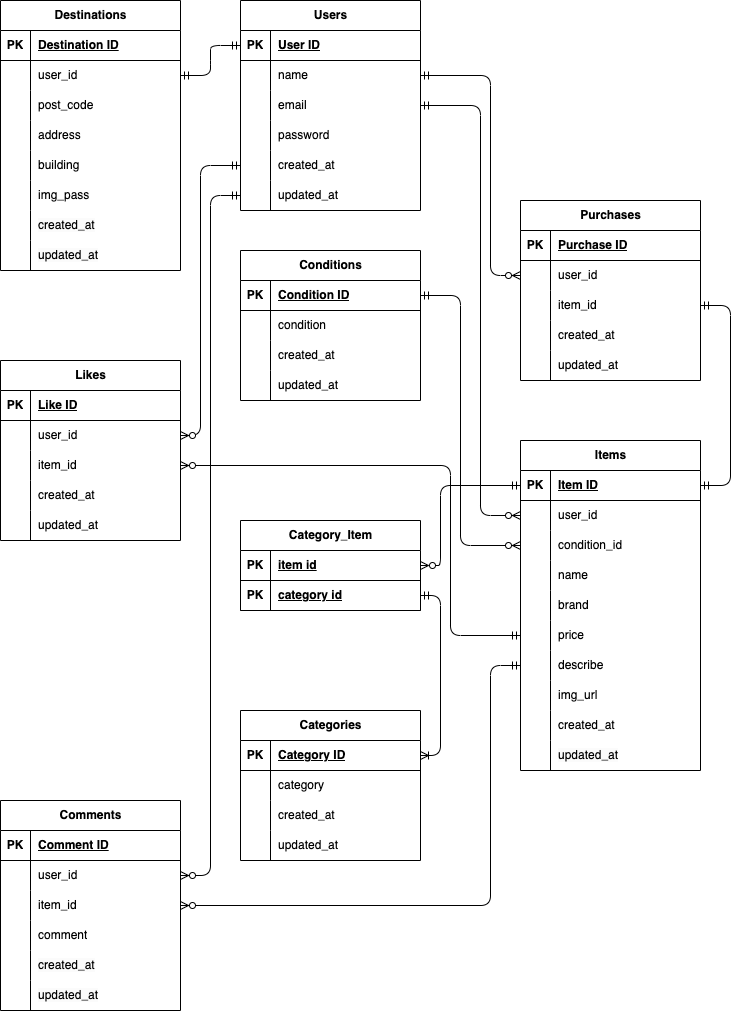
Earlier version of the draw.io export src/EntityRelationshipDiagram.drawio.png (StrawberryFairyPrincess/flea-market_mock). Source tidied: cells renumbered, new cells last; positions are measured from the earlier drawing's top-left corner, leaving out a move shared by most shapes.
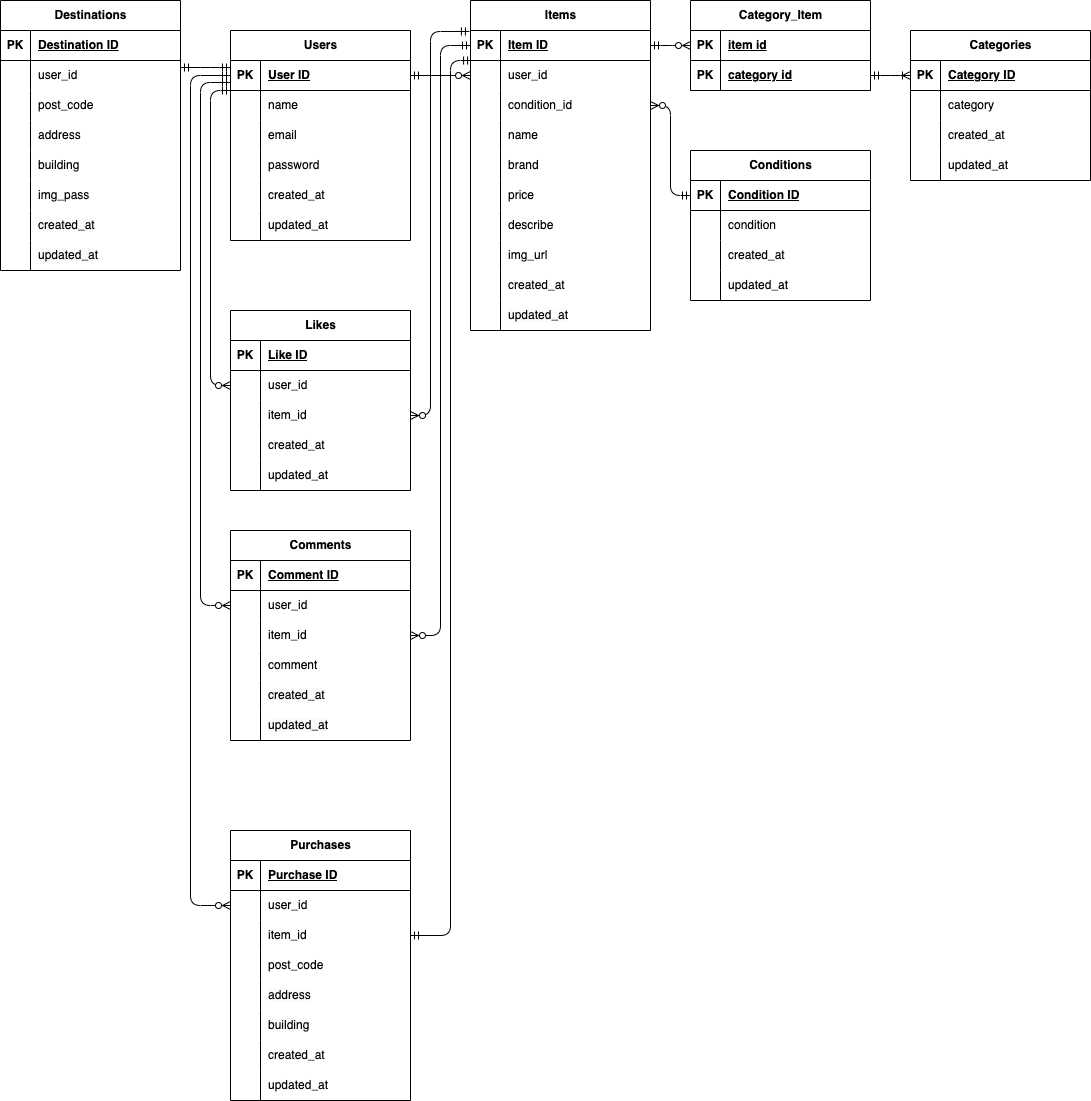
After the change.

What changed in the source:
```diff
@@ -3,7 +3,7 @@
     <mxCell id="0" />
     <mxCell id="1" parent="0" />
     <mxCell id="2" value="Items" style="shape=table;startSize=30;rowLines=0;fontStyle=1;align=center;html=1;" parent="1" vertex="1">
-      <mxGeometry x="520" y="440" width="180" height="330" as="geometry" />
+      <mxGeometry x="440" y="-30" width="180" height="330" as="geometry" />
     </mxCell>
     <mxCell id="3" style="shape=tableRow;horizontal=0;startSize=0;swimlaneHead=0;swimlaneBody=0;fillColor=none;points=[[0,0.5],[1,0.5]];portConstraint=eastwest;top=0;left=0;right=0;bottom=1;" parent="2" vertex="1">
       <mxGeometry y="30" width="180" height="30" as="geometry" />
@@ -96,7 +96,7 @@
       <mxGeometry x="30" width="150" height="30" as="geometry" />
     </mxCell>
     <mxCell id="33" value="Users" style="shape=table;startSize=30;rowLines=0;fontStyle=1;align=center;html=1;" parent="1" vertex="1">
-      <mxGeometry x="240" width="180" height="210" as="geometry" />
+      <mxGeometry x="200" width="180" height="210" as="geometry" />
     </mxCell>
     <mxCell id="34" style="shape=tableRow;horizontal=0;startSize=0;swimlaneHead=0;swimlaneBody=0;fillColor=none;points=[[0,0.5],[1,0.5]];portConstraint=eastwest;top=0;left=0;right=0;bottom=1;" parent="33" vertex="1">
       <mxGeometry y="30" width="180" height="30" as="geometry" />
@@ -153,7 +153,7 @@
       <mxGeometry x="30" width="150" height="30" as="geometry" />
     </mxCell>
     <mxCell id="52" value="Destinations" style="shape=table;startSize=30;rowLines=0;fontStyle=1;align=center;html=1;" parent="1" vertex="1">
-      <mxGeometry width="180" height="270" as="geometry" />
+      <mxGeometry x="-30" y="-30" width="180" height="270" as="geometry" />
     </mxCell>
     <mxCell id="53" style="shape=tableRow;horizontal=0;startSize=0;swimlaneHead=0;swimlaneBody=0;fillColor=none;top=0;left=0;right=0;bottom=1;" parent="52" vertex="1">
       <mxGeometry y="30" width="180" height="30" as="geometry" />
@@ -228,7 +228,7 @@
       <mxGeometry x="30" width="150" height="30" as="geometry" />
     </mxCell>
     <mxCell id="77" value="Conditions" style="shape=table;startSize=30;rowLines=0;fontStyle=1;align=center;html=1;" parent="1" vertex="1">
-      <mxGeometry x="240" y="250" width="180" height="150" as="geometry" />
+      <mxGeometry x="660" y="120" width="180" height="150" as="geometry" />
     </mxCell>
     <mxCell id="78" style="shape=tableRow;horizontal=0;startSize=0;swimlaneHead=0;swimlaneBody=0;fillColor=none;points=[[0,0.5],[1,0.5]];portConstraint=eastwest;top=0;left=0;right=0;bottom=1;" parent="77" vertex="1">
       <mxGeometry y="30" width="180" height="30" as="geometry" />
@@ -267,7 +267,7 @@
       <mxGeometry x="30" width="150" height="30" as="geometry" />
     </mxCell>
     <mxCell id="90" value="Category_Item" style="shape=table;startSize=30;rowLines=0;fontStyle=1;align=center;html=1;" parent="1" vertex="1">
-      <mxGeometry x="240" y="520" width="180" height="90" as="geometry" />
+      <mxGeometry x="660" y="-30" width="180" height="90" as="geometry" />
     </mxCell>
     <mxCell id="91" style="shape=tableRow;horizontal=0;startSize=0;swimlaneHead=0;swimlaneBody=0;fillColor=none;points=[[0,0.5],[1,0.5]];portConstraint=eastwest;top=0;left=0;right=0;bottom=1;" parent="90" vertex="1">
       <mxGeometry y="30" width="180" height="30" as="geometry" />
@@ -288,7 +288,7 @@
       <mxGeometry x="30" width="150" height="30" as="geometry" />
     </mxCell>
     <mxCell id="97" value="Purchases" style="shape=table;startSize=30;rowLines=0;fontStyle=1;align=center;html=1;" parent="1" vertex="1">
-      <mxGeometry x="520" y="200" width="180" height="180" as="geometry" />
+      <mxGeometry x="200" y="800" width="180" height="270" as="geometry" />
     </mxCell>
     <mxCell id="98" style="shape=tableRow;horizontal=0;startSize=0;swimlaneHead=0;swimlaneBody=0;fillColor=none;top=0;left=0;right=0;bottom=1;" parent="97" vertex="1">
       <mxGeometry y="30" width="180" height="30" as="geometry" />
@@ -317,8 +317,35 @@
     <mxCell id="106" value="item_id" style="shape=partialRectangle;fillColor=none;top=0;left=0;bottom=0;right=0;align=left;spacingLeft=6;overflow=hidden;whiteSpace=wrap;html=1;" parent="104" vertex="1">
       <mxGeometry x="30" width="150" height="30" as="geometry" />
     </mxCell>
+    <mxCell id="172" style="shape=tableRow;horizontal=0;startSize=0;swimlaneHead=0;swimlaneBody=0;fillColor=none;top=0;left=0;right=0;bottom=0;" parent="97" vertex="1">
+      <mxGeometry y="120" width="180" height="30" as="geometry" />
+    </mxCell>
+    <mxCell id="173" style="shape=partialRectangle;fillColor=none;top=0;left=0;bottom=0;right=0;overflow=hidden;whiteSpace=wrap;html=1;" parent="172" vertex="1">
+      <mxGeometry width="30" height="30" as="geometry" />
+    </mxCell>
+    <mxCell id="174" value="&lt;span style=&quot;color: rgb(0, 0, 0);&quot;&gt;post_code&lt;/span&gt;" style="shape=partialRectangle;fillColor=none;top=0;left=0;bottom=0;right=0;align=left;spacingLeft=6;overflow=hidden;whiteSpace=wrap;html=1;" parent="172" vertex="1">
+      <mxGeometry x="30" width="150" height="30" as="geometry" />
+    </mxCell>
+    <mxCell id="175" style="shape=tableRow;horizontal=0;startSize=0;swimlaneHead=0;swimlaneBody=0;fillColor=none;top=0;left=0;right=0;bottom=0;" parent="97" vertex="1">
+      <mxGeometry y="150" width="180" height="30" as="geometry" />
+    </mxCell>
+    <mxCell id="176" style="shape=partialRectangle;fillColor=none;top=0;left=0;bottom=0;right=0;overflow=hidden;whiteSpace=wrap;html=1;" parent="175" vertex="1">
+      <mxGeometry width="30" height="30" as="geometry" />
+    </mxCell>
+    <mxCell id="177" value="&lt;meta charset=&quot;utf-8&quot;&gt;&lt;span style=&quot;color: rgb(0, 0, 0); font-family: Helvetica; font-size: 12px; font-style: normal; font-variant-ligatures: normal; font-variant-caps: normal; font-weight: 400; letter-spacing: normal; orphans: 2; text-align: left; text-indent: 0px; text-transform: none; widows: 2; word-spacing: 0px; -webkit-text-stroke-width: 0px; white-space: normal; background-color: rgb(251, 251, 251); text-decoration-thickness: initial; text-decoration-style: initial; text-decoration-color: initial; display: inline !important; float: none;&quot;&gt;address&lt;/span&gt;" style="shape=partialRectangle;fillColor=none;top=0;left=0;bottom=0;right=0;align=left;spacingLeft=6;overflow=hidden;whiteSpace=wrap;html=1;" parent="175" vertex="1">
+      <mxGeometry x="30" width="150" height="30" as="geometry" />
+    </mxCell>
+    <mxCell id="178" style="shape=tableRow;horizontal=0;startSize=0;swimlaneHead=0;swimlaneBody=0;fillColor=none;top=0;left=0;right=0;bottom=0;" parent="97" vertex="1">
+      <mxGeometry y="180" width="180" height="30" as="geometry" />
+    </mxCell>
+    <mxCell id="179" style="shape=partialRectangle;fillColor=none;top=0;left=0;bottom=0;right=0;overflow=hidden;whiteSpace=wrap;html=1;" parent="178" vertex="1">
+      <mxGeometry width="30" height="30" as="geometry" />
+    </mxCell>
+    <mxCell id="180" value="&lt;meta charset=&quot;utf-8&quot;&gt;&lt;span style=&quot;color: rgb(0, 0, 0); font-family: Helvetica; font-size: 12px; font-style: normal; font-variant-ligatures: normal; font-variant-caps: normal; font-weight: 400; letter-spacing: normal; orphans: 2; text-align: left; text-indent: 0px; text-transform: none; widows: 2; word-spacing: 0px; -webkit-text-stroke-width: 0px; white-space: normal; background-color: rgb(251, 251, 251); text-decoration-thickness: initial; text-decoration-style: initial; text-decoration-color: initial; display: inline !important; float: none;&quot;&gt;building&lt;/span&gt;" style="shape=partialRectangle;fillColor=none;top=0;left=0;bottom=0;right=0;align=left;spacingLeft=6;overflow=hidden;whiteSpace=wrap;html=1;" parent="178" vertex="1">
+      <mxGeometry x="30" width="150" height="30" as="geometry" />
+    </mxCell>
     <mxCell id="107" style="shape=tableRow;horizontal=0;startSize=0;swimlaneHead=0;swimlaneBody=0;fillColor=none;top=0;left=0;right=0;bottom=0;" parent="97" vertex="1">
-      <mxGeometry y="120" width="180" height="30" as="geometry" />
+      <mxGeometry y="210" width="180" height="30" as="geometry" />
     </mxCell>
     <mxCell id="108" style="shape=partialRectangle;fillColor=none;top=0;left=0;bottom=0;right=0;overflow=hidden;whiteSpace=wrap;html=1;" parent="107" vertex="1">
       <mxGeometry width="30" height="30" as="geometry" />
@@ -327,7 +354,7 @@
       <mxGeometry x="30" width="150" height="30" as="geometry" />
     </mxCell>
     <mxCell id="110" style="shape=tableRow;horizontal=0;startSize=0;swimlaneHead=0;swimlaneBody=0;fillColor=none;top=0;left=0;right=0;bottom=0;" parent="97" vertex="1">
-      <mxGeometry y="150" width="180" height="30" as="geometry" />
+      <mxGeometry y="240" width="180" height="30" as="geometry" />
     </mxCell>
     <mxCell id="111" style="shape=partialRectangle;fillColor=none;top=0;left=0;bottom=0;right=0;overflow=hidden;whiteSpace=wrap;html=1;" parent="110" vertex="1">
       <mxGeometry width="30" height="30" as="geometry" />
@@ -336,7 +363,7 @@
       <mxGeometry x="30" width="150" height="30" as="geometry" />
     </mxCell>
     <mxCell id="113" value="Comments" style="shape=table;startSize=30;rowLines=0;fontStyle=1;align=center;html=1;" parent="1" vertex="1">
-      <mxGeometry y="800" width="180" height="210" as="geometry" />
+      <mxGeometry x="200" y="500" width="180" height="210" as="geometry" />
     </mxCell>
     <mxCell id="114" style="shape=tableRow;horizontal=0;startSize=0;swimlaneHead=0;swimlaneBody=0;fillColor=none;top=0;left=0;right=0;bottom=1;" parent="113" vertex="1">
       <mxGeometry y="30" width="180" height="30" as="geometry" />
@@ -392,60 +419,51 @@
     <mxCell id="131" value="&lt;meta charset=&quot;utf-8&quot;&gt;&lt;span style=&quot;color: rgb(0, 0, 0); font-family: Helvetica; font-size: 12px; font-style: normal; font-variant-ligatures: normal; font-variant-caps: normal; font-weight: 400; letter-spacing: normal; orphans: 2; text-align: left; text-indent: 0px; text-transform: none; widows: 2; word-spacing: 0px; -webkit-text-stroke-width: 0px; white-space: normal; background-color: rgb(251, 251, 251); text-decoration-thickness: initial; text-decoration-style: initial; text-decoration-color: initial; display: inline !important; float: none;&quot;&gt;updated_at&lt;/span&gt;" style="shape=partialRectangle;fillColor=none;top=0;left=0;bottom=0;right=0;align=left;spacingLeft=6;overflow=hidden;whiteSpace=wrap;html=1;" parent="129" vertex="1">
       <mxGeometry x="30" width="150" height="30" as="geometry" />
     </mxCell>
-    <mxCell id="132" style="edgeStyle=elbowEdgeStyle;fontSize=12;html=1;endArrow=ERzeroToMany;startArrow=ERmandOne;exitX=1;exitY=0.5;exitDx=0;exitDy=0;entryX=0;entryY=0.5;entryDx=0;entryDy=0;" parent="1" edge="1" source="78" target="9">
-      <mxGeometry relative="1" as="geometry">
-        <Array as="points">
-          <mxPoint x="460" y="420" />
-        </Array>
-      </mxGeometry>
+    <mxCell id="132" style="edgeStyle=elbowEdgeStyle;fontSize=12;html=1;endArrow=ERzeroToMany;startArrow=ERmandOne;exitX=0;exitY=0.5;exitDx=0;exitDy=0;entryX=1;entryY=0.5;entryDx=0;entryDy=0;" parent="1" edge="1" source="78" target="9">
+      <mxGeometry relative="1" as="geometry" />
     </mxCell>
-    <mxCell id="133" style="edgeStyle=elbowEdgeStyle;fontSize=12;html=1;endArrow=ERzeroToMany;startArrow=ERmandOne;entryX=1;entryY=0.5;entryDx=0;entryDy=0;exitX=0;exitY=0.5;exitDx=0;exitDy=0;" parent="1" edge="1" source="49" target="117">
+    <mxCell id="133" style="edgeStyle=elbowEdgeStyle;fontSize=12;html=1;endArrow=ERzeroToMany;startArrow=ERmandOne;entryX=0;entryY=0.5;entryDx=0;entryDy=0;exitX=0;exitY=0.733;exitDx=0;exitDy=0;exitPerimeter=0;" parent="1" edge="1" source="34" target="117">
       <mxGeometry relative="1" as="geometry">
         <Array as="points">
-          <mxPoint x="210" y="450" />
+          <mxPoint x="170" y="320" />
         </Array>
       </mxGeometry>
     </mxCell>
-    <mxCell id="134" style="edgeStyle=elbowEdgeStyle;fontSize=12;html=1;endArrow=ERzeroToMany;startArrow=ERmandOne;exitX=1;exitY=0.5;exitDx=0;exitDy=0;entryX=0;entryY=0.5;entryDx=0;entryDy=0;" parent="1" edge="1" source="40" target="6">
-      <mxGeometry relative="1" as="geometry">
-        <Array as="points">
-          <mxPoint x="480" y="310" />
-        </Array>
-      </mxGeometry>
+    <mxCell id="134" style="edgeStyle=elbowEdgeStyle;fontSize=12;html=1;endArrow=ERzeroToMany;startArrow=ERmandOne;exitX=1;exitY=0.5;exitDx=0;exitDy=0;entryX=0;entryY=0.5;entryDx=0;entryDy=0;" parent="1" edge="1" source="34" target="6">
+      <mxGeometry relative="1" as="geometry" />
     </mxCell>
-    <mxCell id="135" style="edgeStyle=elbowEdgeStyle;fontSize=12;html=1;endArrow=ERzeroToMany;startArrow=ERmandOne;exitX=0;exitY=0.5;exitDx=0;exitDy=0;entryX=1;entryY=0.5;entryDx=0;entryDy=0;" parent="1" edge="1" source="21" target="120">
+    <mxCell id="135" style="edgeStyle=elbowEdgeStyle;fontSize=12;html=1;endArrow=ERzeroToMany;startArrow=ERmandOne;exitX=0;exitY=0.5;exitDx=0;exitDy=0;entryX=1;entryY=0.5;entryDx=0;entryDy=0;" parent="1" edge="1" source="3" target="120">
       <mxGeometry relative="1" as="geometry">
         <Array as="points">
-          <mxPoint x="490" y="770" />
+          <mxPoint x="410" y="320" />
         </Array>
       </mxGeometry>
     </mxCell>
-    <mxCell id="136" style="edgeStyle=elbowEdgeStyle;fontSize=12;html=1;endArrow=ERzeroToMany;startArrow=ERmandOne;entryX=1;entryY=0.5;entryDx=0;entryDy=0;exitX=0;exitY=0.5;exitDx=0;exitDy=0;endFill=0;" parent="1" edge="1" source="3" target="91">
-      <mxGeometry relative="1" as="geometry">
-        <Array as="points">
-          <mxPoint x="440" y="550" />
-        </Array>
-      </mxGeometry>
+    <mxCell id="136" style="edgeStyle=elbowEdgeStyle;fontSize=12;html=1;endArrow=ERzeroToMany;startArrow=ERmandOne;entryX=0;entryY=0.5;entryDx=0;entryDy=0;exitX=1;exitY=0.5;exitDx=0;exitDy=0;endFill=0;" parent="1" edge="1" source="3" target="91">
+      <mxGeometry relative="1" as="geometry" />
     </mxCell>
-    <mxCell id="137" style="edgeStyle=entityRelationEdgeStyle;fontSize=12;html=1;endArrow=ERmandOne;startArrow=ERmandOne;entryX=0;entryY=0.5;entryDx=0;entryDy=0;exitX=1;exitY=0.5;exitDx=0;exitDy=0;" parent="1" edge="1" source="56" target="34">
-      <mxGeometry relative="1" as="geometry" />
+    <mxCell id="137" style="edgeStyle=entityRelationEdgeStyle;fontSize=12;html=1;endArrow=ERmandOne;startArrow=ERmandOne;entryX=0;entryY=0.5;entryDx=0;entryDy=0;exitX=1;exitY=0.5;exitDx=0;exitDy=0;" parent="1" edge="1">
+      <mxGeometry relative="1" as="geometry">
+        <mxPoint x="150" y="37" as="sourcePoint" />
+        <mxPoint x="200" y="37" as="targetPoint" />
+      </mxGeometry>
     </mxCell>
-    <mxCell id="138" style="edgeStyle=elbowEdgeStyle;fontSize=12;html=1;endArrow=ERzeroToMany;startArrow=ERmandOne;exitX=1;exitY=0.5;exitDx=0;exitDy=0;entryX=0;entryY=0.5;entryDx=0;entryDy=0;" parent="1" edge="1" source="37" target="101">
+    <mxCell id="138" style="edgeStyle=elbowEdgeStyle;fontSize=12;html=1;endArrow=ERzeroToMany;startArrow=ERmandOne;entryX=0;entryY=0.5;entryDx=0;entryDy=0;exitX=0;exitY=0.5;exitDx=0;exitDy=0;" parent="1" edge="1" source="34" target="101">
       <mxGeometry relative="1" as="geometry">
         <Array as="points">
-          <mxPoint x="490" y="180" />
+          <mxPoint x="160" y="470" />
         </Array>
       </mxGeometry>
     </mxCell>
-    <mxCell id="139" style="edgeStyle=elbowEdgeStyle;fontSize=12;html=1;endArrow=ERmandOne;startArrow=ERmandOne;entryX=1;entryY=0.5;entryDx=0;entryDy=0;exitX=1;exitY=0.5;exitDx=0;exitDy=0;" parent="1" edge="1" source="3" target="104">
+    <mxCell id="139" style="edgeStyle=elbowEdgeStyle;fontSize=12;html=1;endArrow=ERmandOne;startArrow=ERmandOne;entryX=1;entryY=0.5;entryDx=0;entryDy=0;exitX=0.006;exitY=1;exitDx=0;exitDy=0;exitPerimeter=0;" parent="1" edge="1" source="3" target="104">
       <mxGeometry relative="1" as="geometry">
         <Array as="points">
-          <mxPoint x="730" y="390" />
+          <mxPoint x="420" y="470" />
         </Array>
       </mxGeometry>
     </mxCell>
     <mxCell id="140" value="Likes" style="shape=table;startSize=30;rowLines=0;fontStyle=1;align=center;html=1;" parent="1" vertex="1">
-      <mxGeometry y="360" width="180" height="180" as="geometry" />
+      <mxGeometry x="200" y="280" width="180" height="180" as="geometry" />
     </mxCell>
     <mxCell id="141" style="shape=tableRow;horizontal=0;startSize=0;swimlaneHead=0;swimlaneBody=0;fillColor=none;top=0;left=0;right=0;bottom=1;" parent="140" vertex="1">
       <mxGeometry y="30" width="180" height="30" as="geometry" />
@@ -492,22 +510,22 @@
     <mxCell id="155" value="&lt;span style=&quot;color: rgb(0, 0, 0);&quot;&gt;updated_at&lt;/span&gt;" style="shape=partialRectangle;fillColor=none;top=0;left=0;bottom=0;right=0;align=left;spacingLeft=6;overflow=hidden;whiteSpace=wrap;html=1;" parent="153" vertex="1">
       <mxGeometry x="30" width="150" height="30" as="geometry" />
     </mxCell>
-    <mxCell id="156" style="edgeStyle=elbowEdgeStyle;fontSize=12;html=1;endArrow=ERzeroToMany;startArrow=ERmandOne;exitX=0;exitY=0.5;exitDx=0;exitDy=0;entryX=1;entryY=0.5;entryDx=0;entryDy=0;" parent="1" edge="1" source="46" target="144">
+    <mxCell id="156" style="edgeStyle=elbowEdgeStyle;fontSize=12;html=1;endArrow=ERzeroToMany;startArrow=ERmandOne;entryX=0;entryY=0.5;entryDx=0;entryDy=0;exitX=0;exitY=1;exitDx=0;exitDy=0;exitPerimeter=0;" parent="1" edge="1" source="34" target="144">
       <mxGeometry relative="1" as="geometry">
         <Array as="points">
-          <mxPoint x="200" y="300" />
+          <mxPoint x="180" y="207" />
         </Array>
       </mxGeometry>
     </mxCell>
-    <mxCell id="157" style="edgeStyle=elbowEdgeStyle;fontSize=12;html=1;endArrow=ERzeroToMany;startArrow=ERmandOne;exitX=0;exitY=0.5;exitDx=0;exitDy=0;entryX=1;entryY=0.5;entryDx=0;entryDy=0;" parent="1" edge="1" source="18" target="147">
+    <mxCell id="157" style="edgeStyle=elbowEdgeStyle;fontSize=12;html=1;endArrow=ERzeroToMany;startArrow=ERmandOne;exitX=-0.006;exitY=0.033;exitDx=0;exitDy=0;entryX=1;entryY=0.5;entryDx=0;entryDy=0;exitPerimeter=0;" parent="1" edge="1" source="3" target="147">
       <mxGeometry relative="1" as="geometry">
         <Array as="points">
-          <mxPoint x="450" y="560" />
+          <mxPoint x="400" y="200" />
         </Array>
       </mxGeometry>
     </mxCell>
     <mxCell id="158" value="Categories" style="shape=table;startSize=30;rowLines=0;fontStyle=1;align=center;html=1;" parent="1" vertex="1">
-      <mxGeometry x="240" y="710" width="180" height="150" as="geometry" />
+      <mxGeometry x="880" width="180" height="150" as="geometry" />
     </mxCell>
     <mxCell id="159" style="shape=tableRow;horizontal=0;startSize=0;swimlaneHead=0;swimlaneBody=0;fillColor=none;points=[[0,0.5],[1,0.5]];portConstraint=eastwest;top=0;left=0;right=0;bottom=1;" parent="158" vertex="1">
       <mxGeometry y="30" width="180" height="30" as="geometry" />
@@ -545,12 +563,8 @@
     <mxCell id="170" value="&lt;span style=&quot;color: rgb(0, 0, 0);&quot;&gt;updated_at&lt;/span&gt;" style="shape=partialRectangle;fillColor=none;top=0;left=0;bottom=0;right=0;align=left;spacingLeft=6;overflow=hidden;whiteSpace=wrap;html=1;" parent="168" vertex="1">
       <mxGeometry x="30" width="150" height="30" as="geometry" />
     </mxCell>
-    <mxCell id="171" style="edgeStyle=elbowEdgeStyle;fontSize=12;html=1;endArrow=ERoneToMany;startArrow=ERmandOne;exitX=1;exitY=0.5;exitDx=0;exitDy=0;entryX=1;entryY=0.5;entryDx=0;entryDy=0;" parent="1" edge="1" source="94" target="159">
-      <mxGeometry relative="1" as="geometry">
-        <Array as="points">
-          <mxPoint x="440" y="675" />
-        </Array>
-      </mxGeometry>
+    <mxCell id="171" style="edgeStyle=elbowEdgeStyle;fontSize=12;html=1;endArrow=ERoneToMany;startArrow=ERmandOne;exitX=1;exitY=0.5;exitDx=0;exitDy=0;entryX=0;entryY=0.5;entryDx=0;entryDy=0;" parent="1" edge="1" source="94" target="159">
+      <mxGeometry relative="1" as="geometry" />
     </mxCell>
   </root>
 </mxGraphModel>
```
